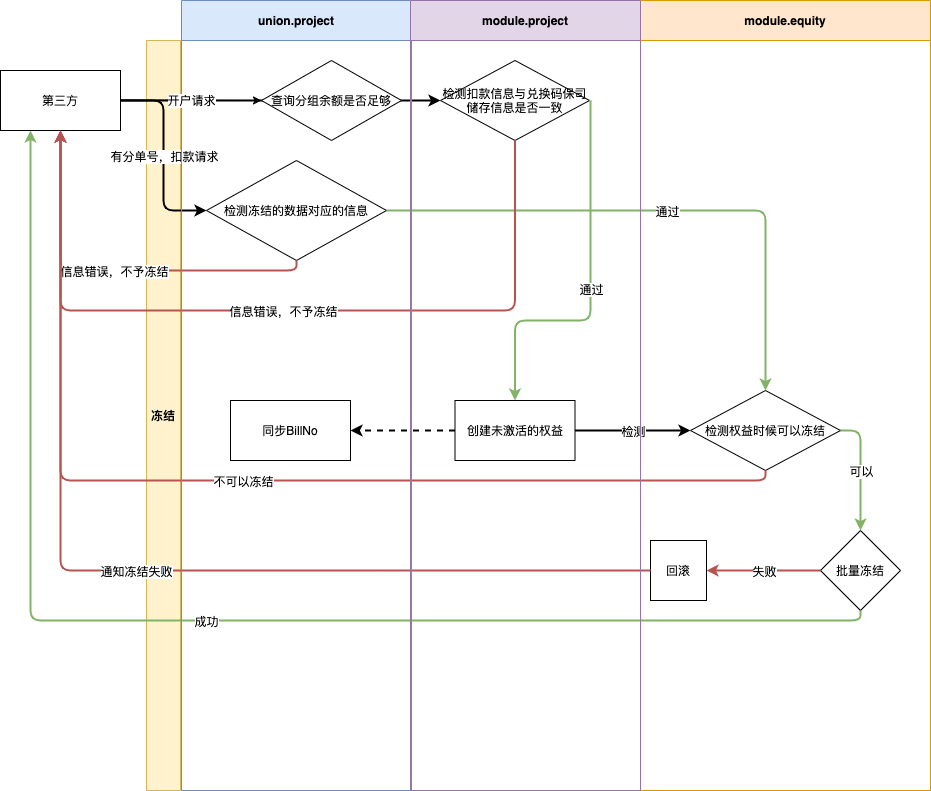
Before: 权益冻结.png, a diagram exported from draw.io (zuoqiang320/uniondrug). Source tidied: cells renumbered, new cells last; positions are measured from the earlier drawing's top-left corner, leaving out a move shared by most shapes.
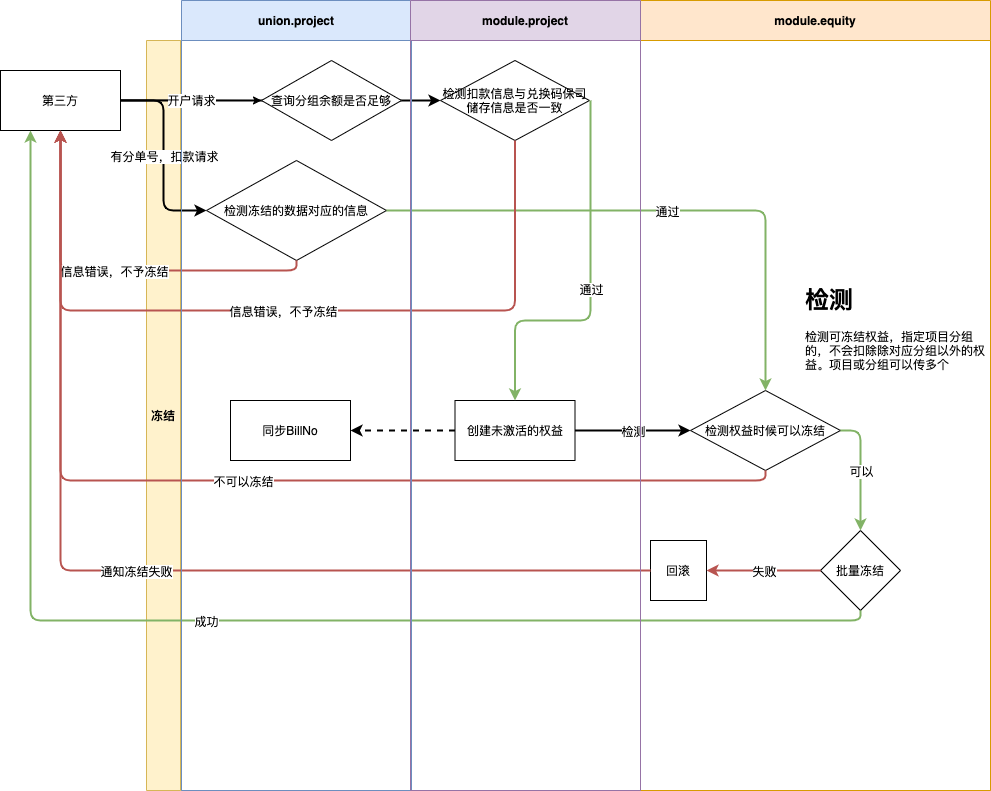
After the change.

Commit message:
更新权益冻结.png

The edit, as a diff of the source:
```diff
@@ -33,7 +33,7 @@
       <mxGeometry x="820" y="530" width="80" height="80" as="geometry" />
     </mxCell>
     <mxCell id="10" value="冻结" style="swimlane;direction=north;fillColor=#fff2cc;strokeColor=#d6b656;startSize=34;verticalAlign=middle;" parent="1" vertex="1">
-      <mxGeometry x="146" y="40" width="784" height="750" as="geometry" />
+      <mxGeometry x="146" y="40" width="844" height="750" as="geometry" />
     </mxCell>
     <mxCell id="11" style="endArrow=classic;html=1;strokeWidth=2;exitX=1;exitY=0.5;exitDx=0;exitDy=0;" parent="10" edge="1" source="4">
       <mxGeometry relative="1" as="geometry">
@@ -120,8 +120,11 @@
       <mxGeometry relative="1" as="geometry" />
     </mxCell>
     <mxCell id="34" value="module.equity" style="swimlane;startSize=40;fillColor=#ffe6cc;strokeColor=#d79b00;" parent="1" vertex="1">
-      <mxGeometry x="640" width="290" height="790" as="geometry" />
+      <mxGeometry x="640" width="350" height="790" as="geometry" />
     </mxCell>
+    <mxCell id="41" value="&lt;h1&gt;检测&lt;/h1&gt;&lt;p&gt;检测可冻结权益，指定项目分组的，不会扣除除对应分组以外的权益。项目或分组可以传多个&lt;/p&gt;" style="text;html=1;strokeColor=none;fillColor=none;spacing=5;spacingTop=-20;whiteSpace=wrap;overflow=hidden;rounded=0;" parent="34" vertex="1">
+      <mxGeometry x="160" y="280" width="190" height="120" as="geometry" />
+    </mxCell>
     <mxCell id="35" value="union.project" style="swimlane;startSize=40;fillColor=#dae8fc;strokeColor=#6c8ebf;" parent="1" vertex="1">
       <mxGeometry x="181" width="230" height="790" as="geometry" />
     </mxCell>
```
